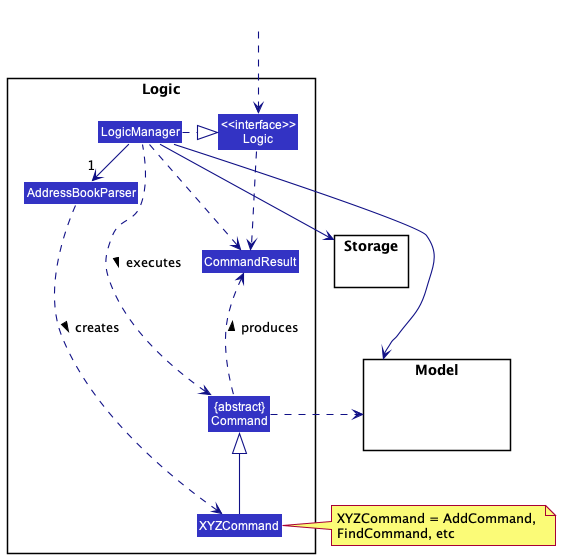
Above: docs/images/LogicClassDiagram.png in nus-cs2103-AY2223S2/tp (PlantUML), before the change.
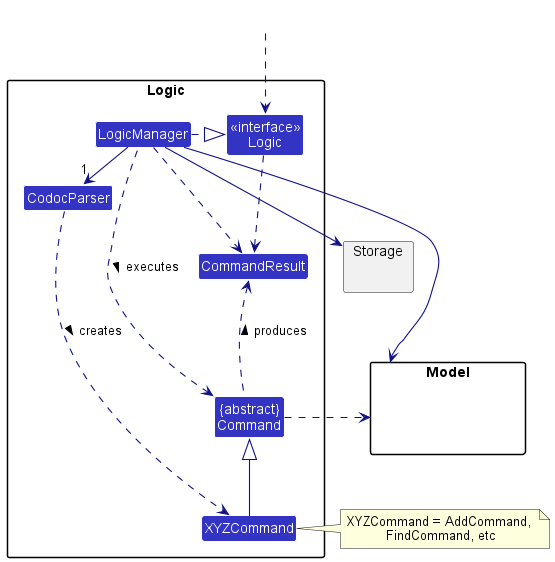
The same diagram one commit later.

The edit, as a diff of the source:
```diff
@@ -6,13 +6,13 @@
 
 package Logic {
 
-Class AddressBookParser
+Class CodocParser
 Class XYZCommand
 Class CommandResult
 Class "{abstract}\nCommand" as Command
 
 
-Class "<<interface>>\nLogic" as Logic
+Class "<<interface>>\nLogic" as LogicInterface
 Class LogicManager
 }
 
@@ -24,11 +24,11 @@
 }
 
 Class HiddenOutside #FFFFFF
-HiddenOutside ..> Logic
+HiddenOutside ..> LogicInterface
 
-LogicManager .right.|> Logic
-LogicManager -right->"1" AddressBookParser
-AddressBookParser ..> XYZCommand : creates >
+LogicManager .right.|> LogicInterface
+LogicManager -right->"1" CodocParser
+CodocParser ..> XYZCommand : creates >
 
 XYZCommand -up-|> Command
 LogicManager .left.> Command : executes >
@@ -40,7 +40,7 @@
 Command .right.> Model
 note right of XYZCommand: XYZCommand = AddCommand, \nFindCommand, etc
 
-Logic ..> CommandResult
+LogicInterface ..> CommandResult
 LogicManager .down.> CommandResult
 Command .up.> CommandResult : produces >
 @enduml
```
